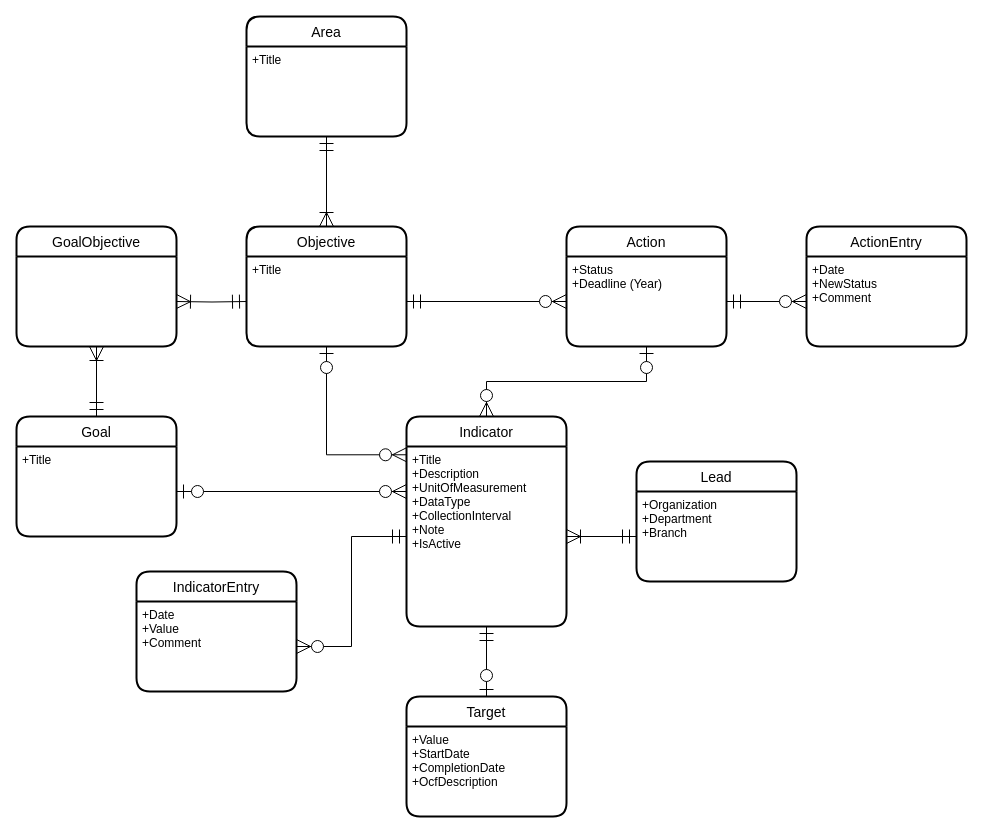
Before: planning/logical-erd.drawio in ytgov/our-clean-future, a draw.io diagram. Source tidied: cells renumbered, new cells numbered last; positions are measured from the earlier drawing's top-left corner, leaving out a move shared by most shapes. Both pictures are drawn from the tidied source at 100%, with x=0, y=0 at pixel (16, 16).
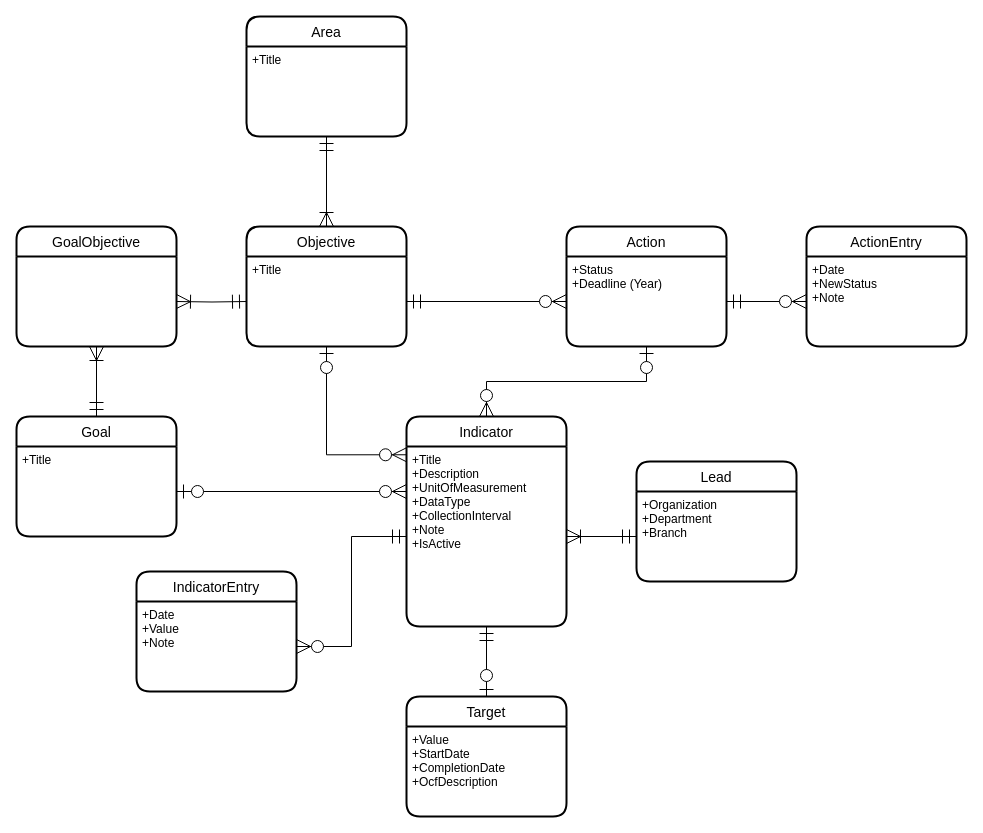
The same diagram, later.

Unchanged cells that the change refers to:
```xml
<mxCell id="5" value="IndicatorEntry" style="swimlane;horizontal=1;startSize=30;rounded=1;fontSize=14;fontStyle=0;strokeWidth=2;shadow=0;dashed=0;align=center;" parent="1" vertex="1">
  <mxGeometry x="120" y="555" width="160" height="120" as="geometry" />
</mxCell>
<mxCell id="14" value="ActionEntry" style="swimlane;horizontal=1;startSize=30;rounded=1;fontSize=14;fontStyle=0;strokeWidth=2;shadow=0;dashed=0;align=center;" parent="1" vertex="1">
  <mxGeometry x="790" y="210" width="160" height="120" as="geometry" />
</mxCell>
```

Diff of the diagram source:
```diff
@@
-    <mxCell id="6" value="+Date&#10;+Value&#10;+Comment" style="align=left;strokeColor=none;fillColor=none;spacingLeft=4;fontSize=12;verticalAlign=top;" parent="5" vertex="1">
+    <mxCell id="6" value="+Date&#10;+Value&#10;+Note" style="align=left;strokeColor=none;fillColor=none;spacingLeft=4;fontSize=12;verticalAlign=top;" parent="5" vertex="1">
       <mxGeometry y="30" width="160" height="90" as="geometry" />
     </mxCell>
@@
-    <mxCell id="15" value="+Date&#10;+NewStatus&#10;+Comment" style="align=left;strokeColor=none;fillColor=none;spacingLeft=4;fontSize=12;verticalAlign=top;" parent="14" vertex="1">
+    <mxCell id="15" value="+Date&#10;+NewStatus&#10;+Note" style="align=left;strokeColor=none;fillColor=none;spacingLeft=4;fontSize=12;verticalAlign=top;" parent="14" vertex="1">
       <mxGeometry y="30" width="160" height="90" as="geometry" />
     </mxCell>
```
